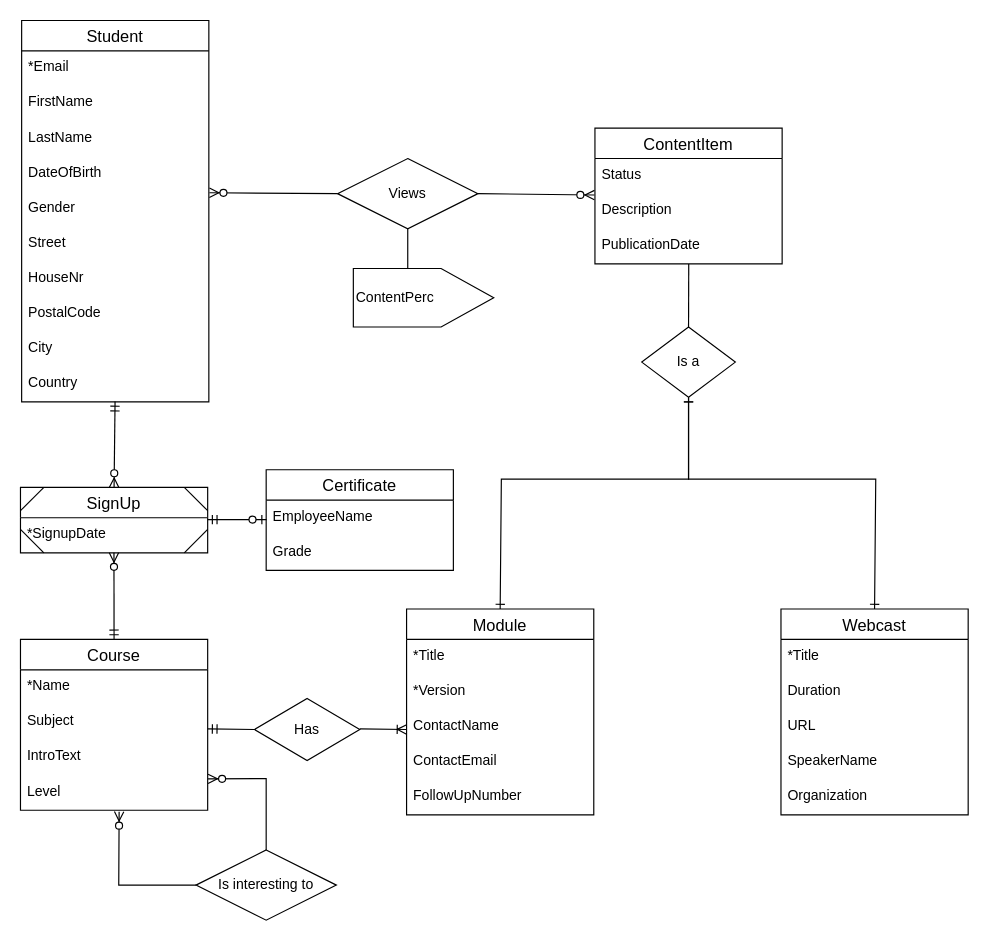
This is page "ERD" (2 of 2) of Diagrams/Class Diagram en ERD Improved.drawio from TeaDrinkingProgrammer/MRLS-programmeren2, a draw.io file, before an edit. Source tidied: cells renumbered, new cells numbered last; positions are measured from the earlier drawing's top-left corner, leaving out a move shared by most shapes. Both pictures are drawn from the tidied source at 117%, with x=0, y=0 at pixel (20, 20).
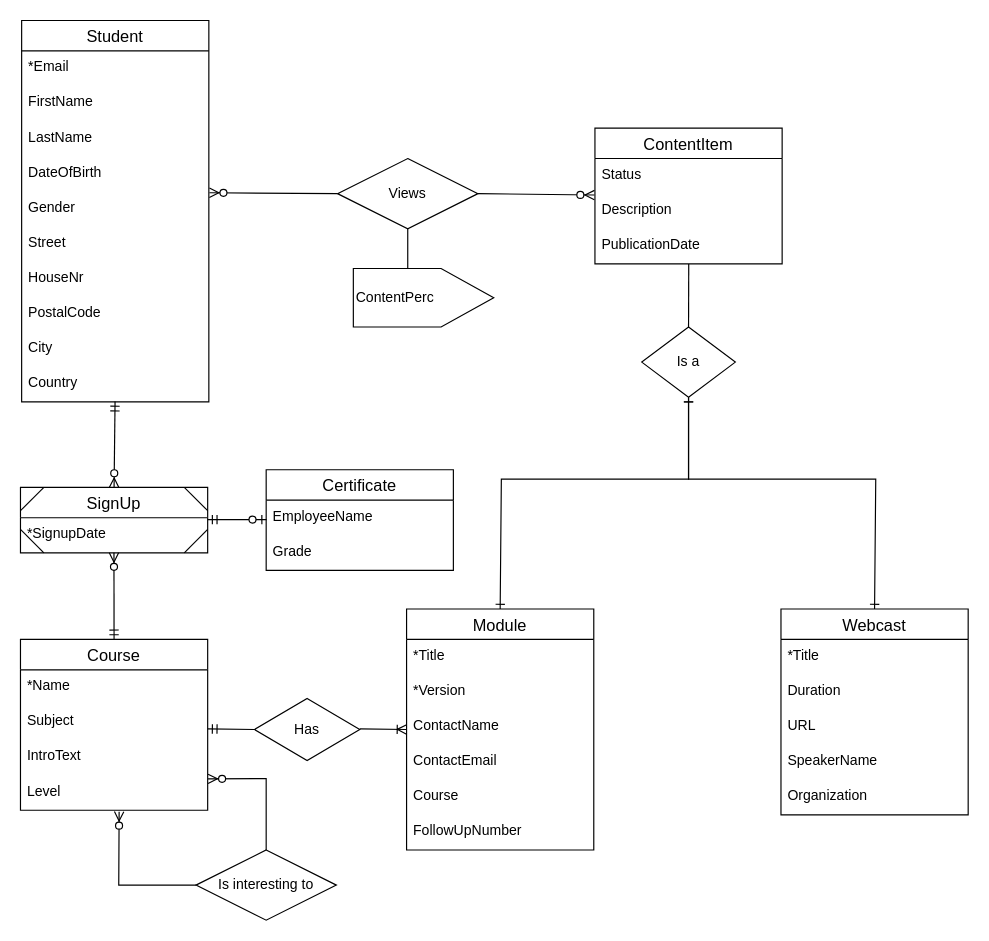
After the change.

Commit message:
Added Course to Module entity in ERD

The edit, as a diff of the source:
```diff
@@
     <mxCell id="6" value="Module" style="swimlane;fontStyle=0;horizontal=1;startSize=26;align=center;fontSize=14;" parent="1" vertex="1">
-      <mxGeometry x="330" y="503" width="160" height="176" as="geometry" />
+      <mxGeometry x="330" y="503" width="160" height="206" as="geometry" />
     </mxCell>
@@
+    <mxCell id="61" value="Course" style="text;strokeColor=none;fillColor=none;spacingLeft=4;spacingRight=4;overflow=hidden;fontSize=12;" parent="6" vertex="1">
+      <mxGeometry y="146" width="160" height="30" as="geometry" />
+    </mxCell>
     <mxCell id="11" value="FollowUpNumber" style="text;strokeColor=none;fillColor=none;spacingLeft=4;spacingRight=4;overflow=hidden;fontSize=12;" parent="6" vertex="1">
-      <mxGeometry y="146" width="160" height="30" as="geometry" />
+      <mxGeometry y="176" width="160" height="30" as="geometry" />
     </mxCell>
```
